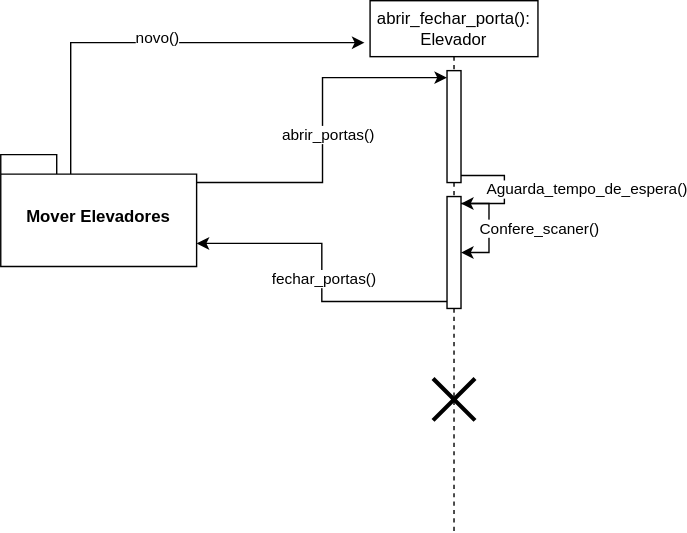
wholocked1/Projeto-2-modelagem keeps this draw.io diagram as Diagrama-Sequencia/Abre_FechaPorta.svg. Above is the earlier version. Source tidied: cells renumbered, new cells last; positions are measured from the earlier drawing's top-left corner, leaving out a move shared by most shapes.
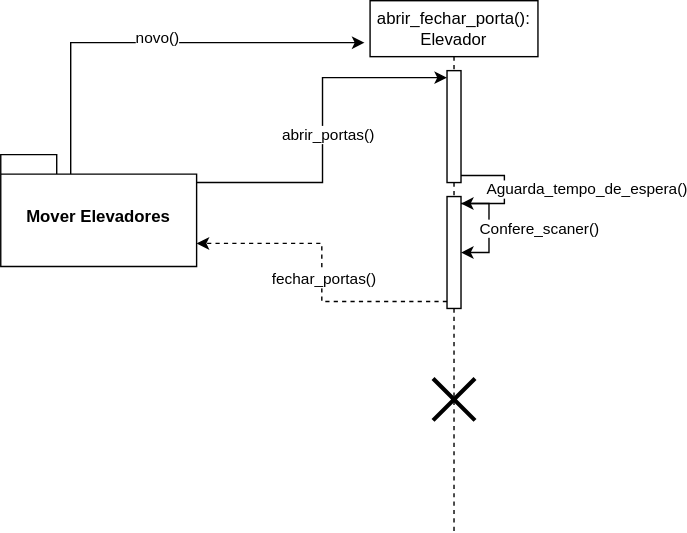
After the change.

What changed in the source:
```diff
@@ -66,7 +66,7 @@
         <mxPoint x="1" as="offset" />
       </mxGeometry>
     </mxCell>
-    <mxCell id="15" style="edgeStyle=orthogonalEdgeStyle;rounded=0;jettySize=auto;html=1;curved=0;exitX=0;exitY=1;exitDx=0;exitDy=-5;exitPerimeter=0;entryX=0;entryY=0;entryDx=140;entryDy=63.5;entryPerimeter=0;" parent="1" edge="1" source="4" target="12">
+    <mxCell id="15" style="edgeStyle=orthogonalEdgeStyle;rounded=0;jettySize=auto;html=1;curved=0;exitX=0;exitY=1;exitDx=0;exitDy=-5;exitPerimeter=0;entryX=0;entryY=0;entryDx=140;entryDy=63.5;entryPerimeter=0;dashed=1;" parent="1" edge="1" source="4" target="12">
       <mxGeometry relative="1" as="geometry" />
     </mxCell>
     <mxCell id="16" value="fechar_portas()" style="edgeLabel;html=1;align=center;verticalAlign=middle;" parent="15" vertex="1">
```
